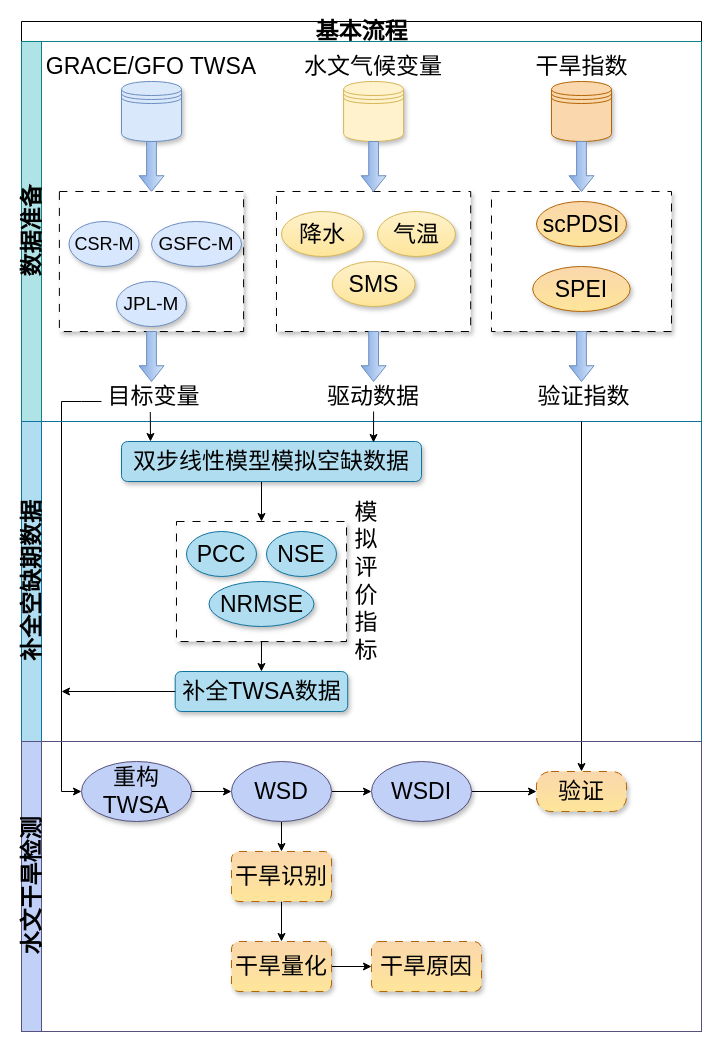
lesmorts/Notes keeps this draw.io diagram as Drought_2.drawio. Above is the earlier version. Source tidied: cells renumbered, new cells numbered last; positions are measured from the earlier drawing's top-left corner, leaving out a move shared by most shapes. Both pictures are drawn from the tidied source at 100%, with x=0, y=0 at pixel (21, 21).
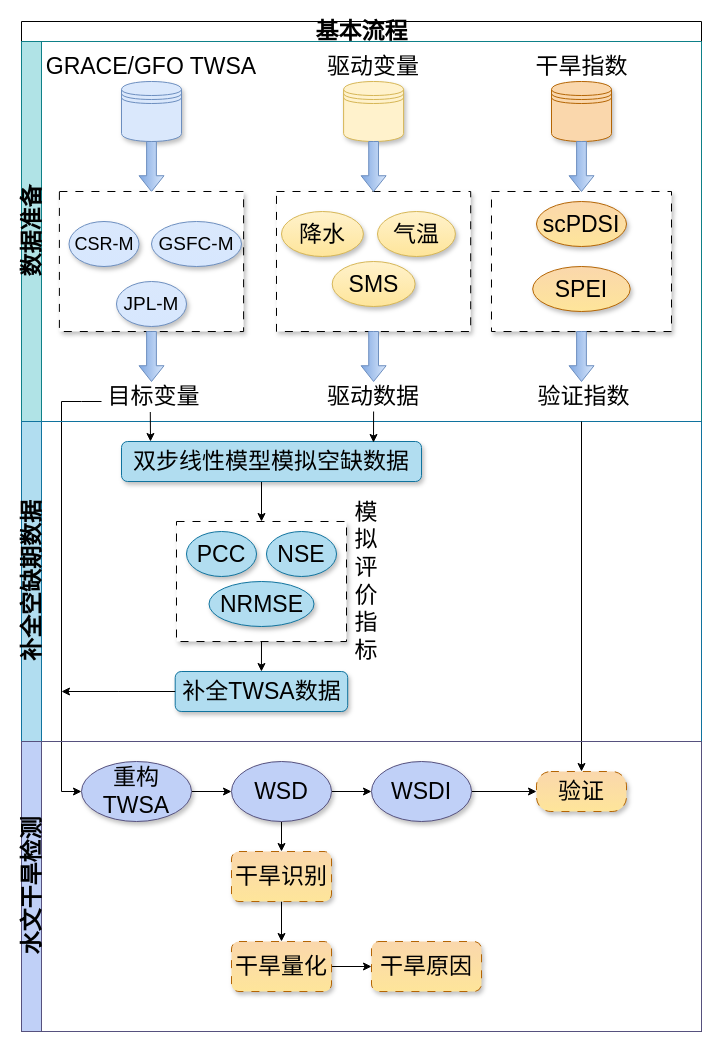
The same page after the edit.

The change refers to these unchanged cells:
```xml
<mxCell id="3" value="数据准备" style="swimlane;startSize=20;horizontal=0;html=1;swimlaneFillColor=none;fillColor=#b0e3e6;strokeColor=#0e8088;verticalAlign=middle;labelPosition=center;verticalLabelPosition=middle;align=center;fontSize=23;" parent="2" vertex="1">
  <mxGeometry y="20" width="680" height="380" as="geometry" />
</mxCell>
```

What changed in the source:
```diff
@@
-    <mxCell id="7" value="水文气候变量" style="text;html=1;align=center;verticalAlign=middle;whiteSpace=wrap;rounded=0;fontSize=23;" parent="3" vertex="1">
+    <mxCell id="7" value="驱动变量" style="text;html=1;align=center;verticalAlign=middle;whiteSpace=wrap;rounded=0;fontSize=23;" parent="3" vertex="1">
       <mxGeometry x="274.1" y="10" width="156" height="30" as="geometry" />
     </mxCell>
```
